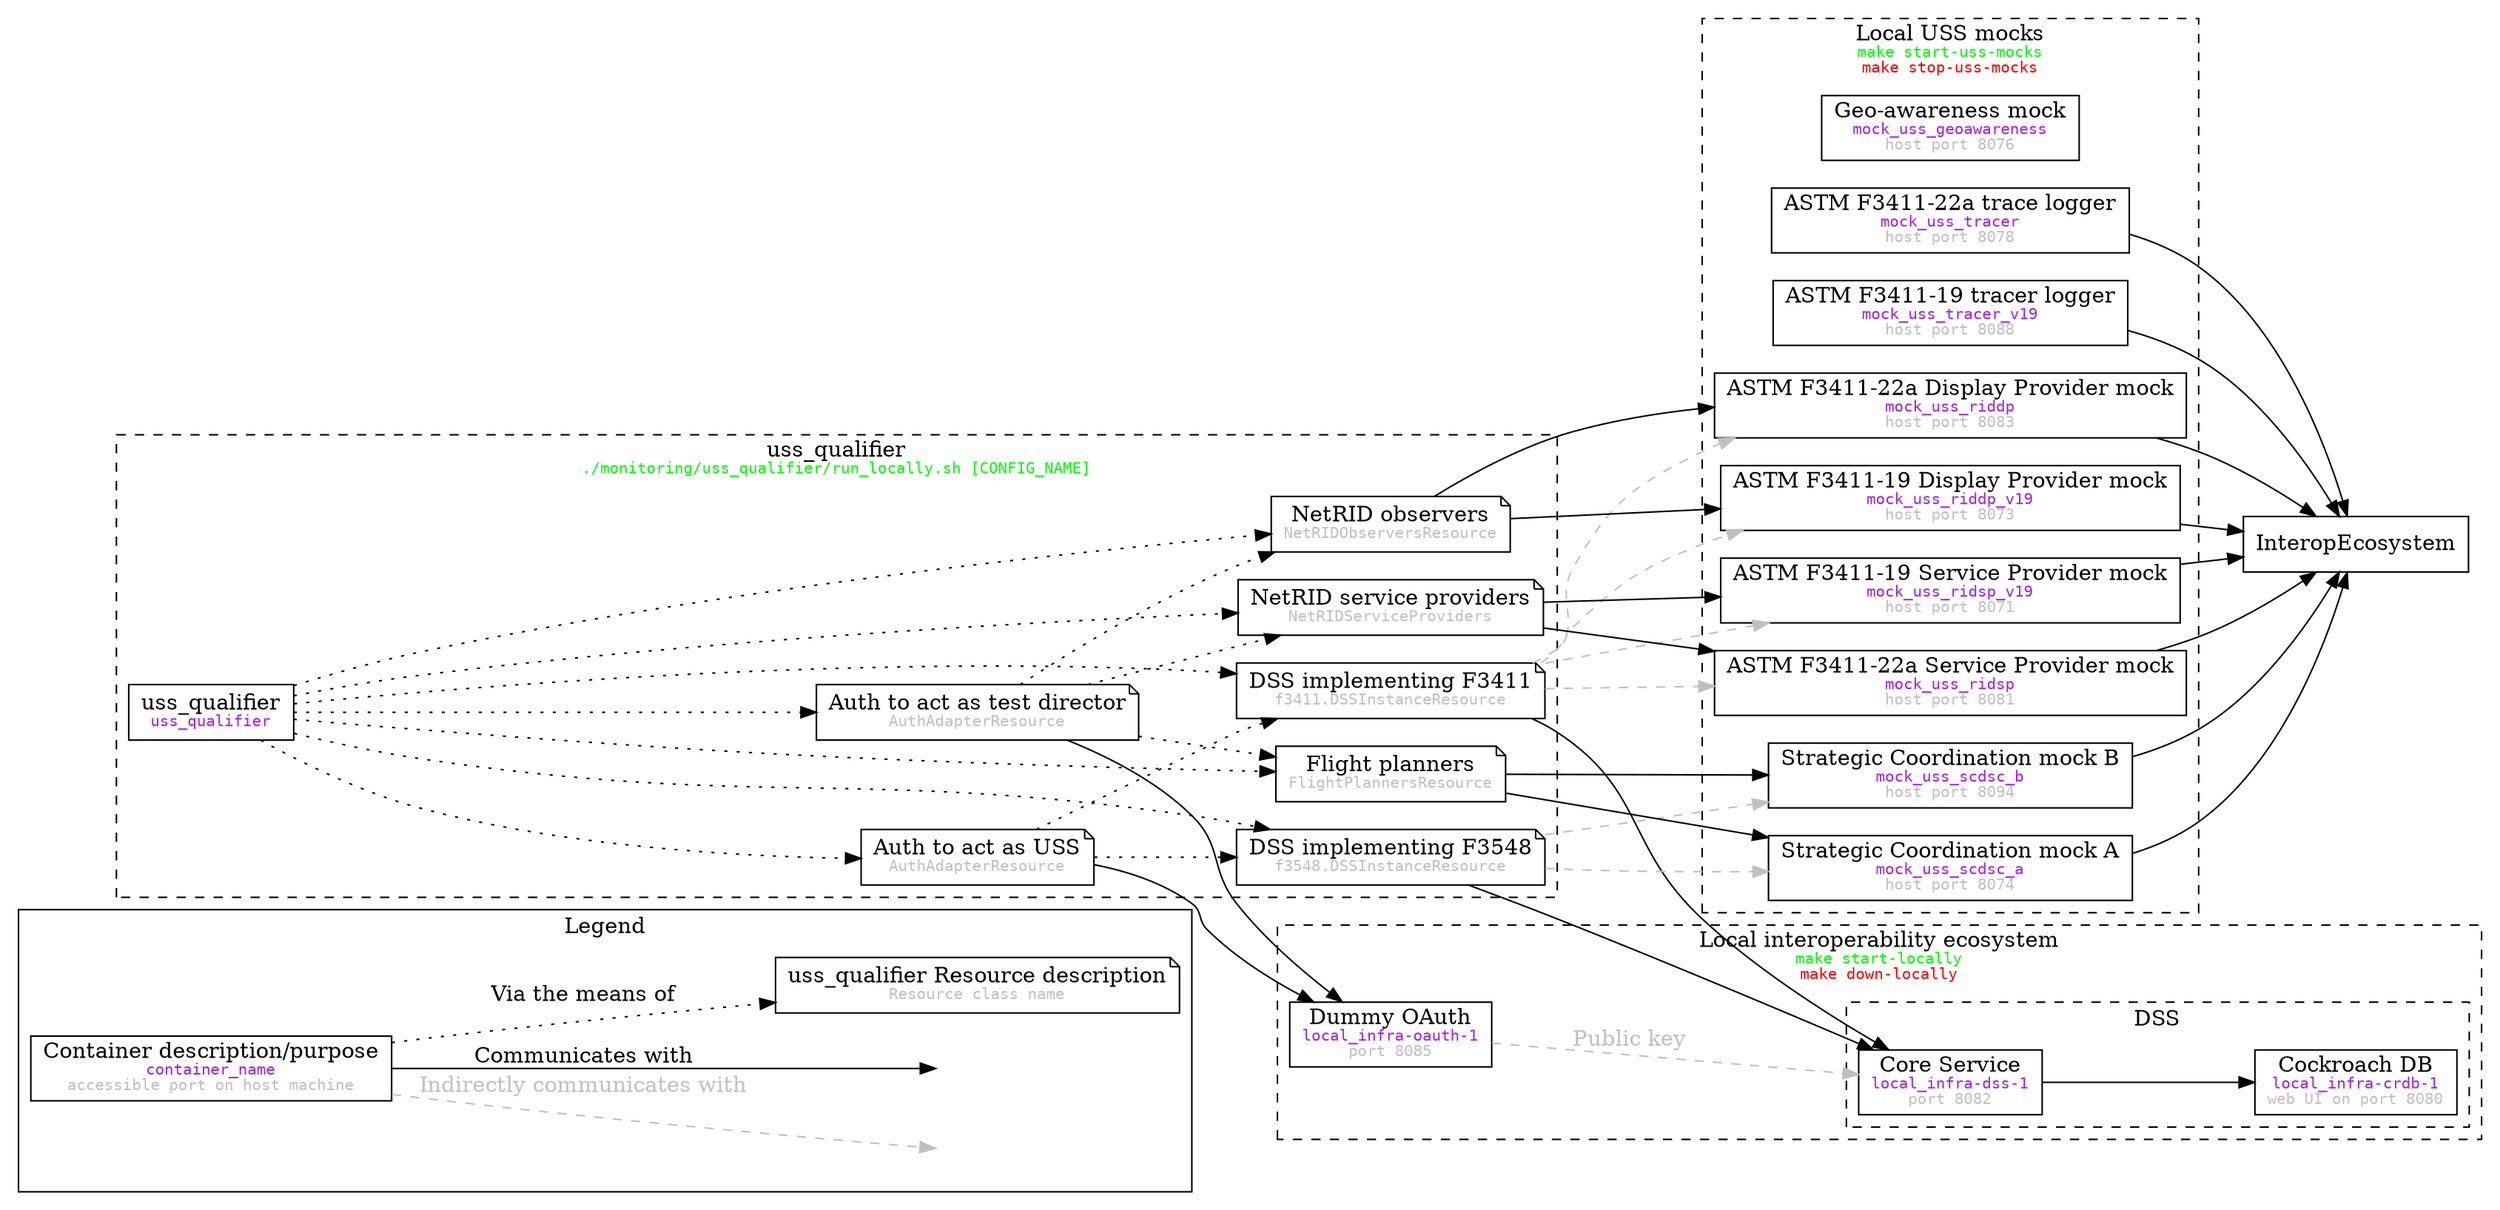
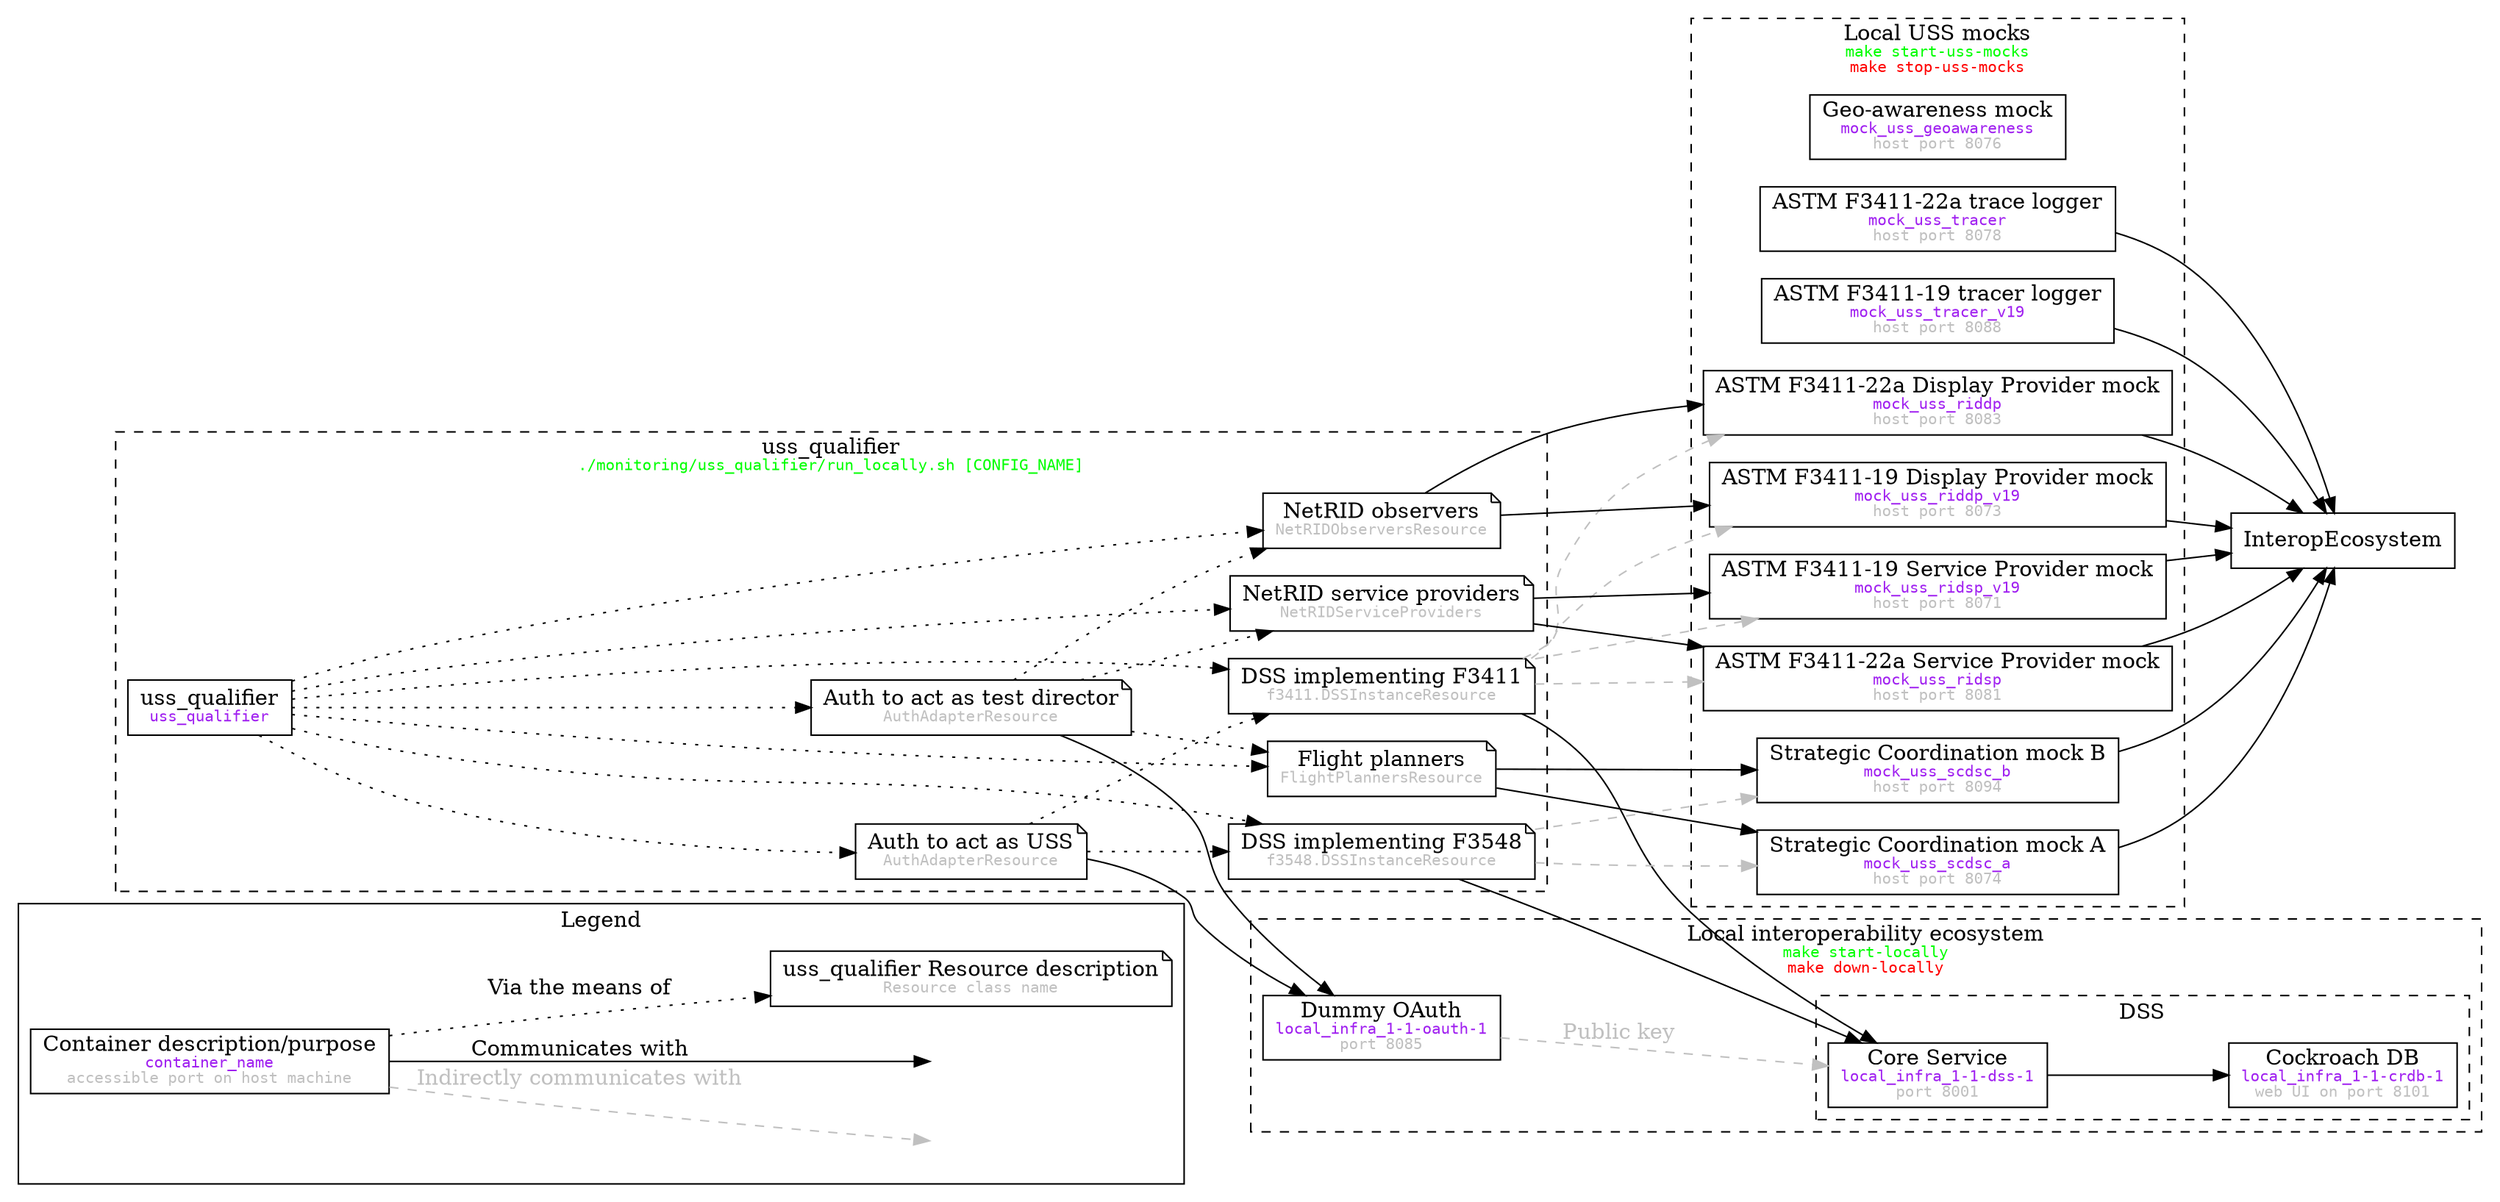
// To render:
//   dot -Tpng -ogenerated/local_uss_qualifier.png local_uss_qualifier.gv
digraph G {
  rankdir="LR"
  node [shape=box]

  subgraph cluster_legend {
    label="Legend"
    Container [label=<Container description/purpose<br/><font color="purple" face="Courier" point-size="10">container_name</font><br/><font face="Courier" color="gray" point-size="10">accessible port on host machine</font>>]
    Resource [shape=note,label=<uss_qualifier Resource description<br/><font color="gray" face="Courier" point-size="10">Resource class name</font>>]
    Hidden1 [style=invis,label=""]
    Hidden2 [style=invis,label=""]

    Container -> Resource [style=dotted,label="Via the means of"]
    Container -> Hidden1 [style=dashed,color=gray,fontcolor=gray,label="Indirectly communicates with"]
    Container -> Hidden2 [label="Communicates with"]
  }

  subgraph cluster_local_infra {
    label=<Local interoperability ecosystem<br/><font color="green" face="Courier" point-size="10">make start-locally</font><br/><font color="red" face="Courier" point-size="10">make down-locally</font>>
    style="dashed"
-     Auth [label=<Dummy OAuth<br/><font color="purple" face="Courier" point-size="10">local_infra-oauth-1</font><br/><font face="Courier" color="gray" point-size="10">port 8085</font>>]
+     Auth [label=<Dummy OAuth<br/><font color="purple" face="Courier" point-size="10">local_infra_1-1-oauth-1</font><br/><font face="Courier" color="gray" point-size="10">port 8085</font>>]
    subgraph cluster_dss {
      label="DSS"
-       CoreService [label=<Core Service<br/><font color="purple" face="Courier" point-size="10">local_infra-dss-1</font><br/><font face="Courier" color="gray" point-size="10">port 8082</font>>]
-       CRDB [label=<Cockroach DB<br/><font color="purple" face="Courier" point-size="10">local_infra-crdb-1</font><br/><font face="Courier" color="gray" point-size="10">web UI on port 8080</font>>]
+       CoreService [label=<Core Service<br/><font color="purple" face="Courier" point-size="10">local_infra_1-1-dss-1</font><br/><font face="Courier" color="gray" point-size="10">port 8001</font>>]
+       CRDB [label=<Cockroach DB<br/><font color="purple" face="Courier" point-size="10">local_infra_1-1-crdb-1</font><br/><font face="Courier" color="gray" point-size="10">web UI on port 8101</font>>]
      CoreService -> CRDB
    }
    Auth -> CoreService [label="Public key",style="dashed",color="gray",fontcolor="gray"]
  }

  subgraph cluster_uss_mocks {
    label=<Local USS mocks<br/><font color="green" face="Courier" point-size="10">make start-uss-mocks</font><br/><font color="red" face="Courier" point-size="10">make stop-uss-mocks</font>>
    style="dashed"

    mock_uss_geoawareness [label=<Geo-awareness mock<br/><font color="purple" face="Courier" point-size="10">mock_uss_geoawareness</font><br/><font face="Courier" color="gray" point-size="10">host port 8076</font>>]

    mock_uss_scdsc_a [label=<Strategic Coordination mock A<br/><font color="purple" face="Courier" point-size="10">mock_uss_scdsc_a</font><br/><font face="Courier" color="gray" point-size="10">host port 8074</font>>]
    mock_uss_scdsc_b [label=<Strategic Coordination mock B<br/><font color="purple" face="Courier" point-size="10">mock_uss_scdsc_b</font><br/><font face="Courier" color="gray" point-size="10">host port 8094</font>>]

    mock_uss_ridsp [label=<ASTM F3411-22a Service Provider mock<br/><font color="purple" face="Courier" point-size="10">mock_uss_ridsp</font><br/><font face="Courier" color="gray" point-size="10">host port 8081</font>>]
    mock_uss_riddp [label=<ASTM F3411-22a Display Provider mock<br/><font color="purple" face="Courier" point-size="10">mock_uss_riddp</font><br/><font face="Courier" color="gray" point-size="10">host port 8083</font>>]

    mock_uss_ridsp_v19 [label=<ASTM F3411-19 Service Provider mock<br/><font color="purple" face="Courier" point-size="10">mock_uss_ridsp_v19</font><br/><font face="Courier" color="gray" point-size="10">host port 8071</font>>]
    mock_uss_riddp_v19 [label=<ASTM F3411-19 Display Provider mock<br/><font color="purple" face="Courier" point-size="10">mock_uss_riddp_v19</font><br/><font face="Courier" color="gray" point-size="10">host port 8073</font>>]

    mock_uss_tracer [label=<ASTM F3411-22a trace logger<br/><font color="purple" face="Courier" point-size="10">mock_uss_tracer</font><br/><font face="Courier" color="gray" point-size="10">host port 8078</font>>]
    mock_uss_tracer_v19 [label=<ASTM F3411-19 tracer logger<br/><font color="purple" face="Courier" point-size="10">mock_uss_tracer_v19</font><br/><font face="Courier" color="gray" point-size="10">host port 8088</font>>]
  }

  subgraph cluster_uss_qualifier {
    label=<uss_qualifier<br/><font color="green" face="Courier" point-size="10">./monitoring/uss_qualifier/run_locally.sh [CONFIG_NAME]</font>>
    style="dashed"

    uss_qualifier [label=<uss_qualifier<br/><font color="purple" face="Courier" point-size="10">uss_qualifier</font>>]

    ResourceUSSAuth [shape=note,label=<Auth to act as USS<br/><font color="gray" face="Courier" point-size="10">AuthAdapterResource</font>>]
    ResourceTestDirectorAuth [shape=note,label=<Auth to act as test director<br/><font color="gray" face="Courier" point-size="10">AuthAdapterResource</font>>]
    ResourceDSSF3411 [shape=note,label=<DSS implementing F3411<br/><font color="gray" face="Courier" point-size="10">f3411.DSSInstanceResource</font>>]
    ResourceDSSF3548 [shape=note,label=<DSS implementing F3548<br/><font color="gray" face="Courier" point-size="10">f3548.DSSInstanceResource</font>>]
    ResourceRIDSPs [shape=note,label=<NetRID service providers<br/><font color="gray" face="Courier" point-size="10">NetRIDServiceProviders</font>>]
    ResourceRIDObservers [shape=note,label=<NetRID observers<br/><font color="gray" face="Courier" point-size="10">NetRIDObserversResource</font>>]
    ResourceFlightPlanners [shape=note,label=<Flight planners<br/><font color="gray" face="Courier" point-size="10">FlightPlannersResource</font>>]

    ResourceUSSAuth -> ResourceDSSF3411 [style=dotted]
    ResourceUSSAuth -> ResourceDSSF3548 [style=dotted]
    ResourceTestDirectorAuth -> ResourceRIDSPs [style=dotted]
    ResourceTestDirectorAuth -> ResourceRIDObservers [style=dotted]
    ResourceTestDirectorAuth -> ResourceFlightPlanners [style=dotted]

    uss_qualifier -> ResourceUSSAuth [style=dotted]
    uss_qualifier -> ResourceTestDirectorAuth [style=dotted]
    uss_qualifier -> ResourceDSSF3548 [style=dotted]
    uss_qualifier -> ResourceDSSF3411 [style=dotted]
    uss_qualifier -> ResourceRIDSPs [style=dotted]
    uss_qualifier -> ResourceRIDObservers [style=dotted]
    uss_qualifier -> ResourceFlightPlanners [style=dotted]
  }

  mock_uss_ridsp -> InteropEcosystem
  mock_uss_riddp -> InteropEcosystem
  mock_uss_ridsp_v19 -> InteropEcosystem
  mock_uss_riddp_v19 -> InteropEcosystem
  mock_uss_scdsc_a -> InteropEcosystem
  mock_uss_scdsc_b -> InteropEcosystem
  mock_uss_tracer -> InteropEcosystem
  mock_uss_tracer_v19 -> InteropEcosystem

  ResourceUSSAuth -> Auth
  ResourceTestDirectorAuth -> Auth
  ResourceDSSF3411 -> CoreService
  ResourceDSSF3411 -> mock_uss_ridsp [style=dashed,color=gray]
  ResourceDSSF3411 -> mock_uss_riddp [style=dashed,color=gray]
  ResourceDSSF3411 -> mock_uss_ridsp_v19 [style=dashed,color=gray]
  ResourceDSSF3411 -> mock_uss_riddp_v19 [style=dashed,color=gray]
  ResourceDSSF3548 -> CoreService
  ResourceDSSF3548 -> mock_uss_scdsc_a [style=dashed,color=gray]
  ResourceDSSF3548 -> mock_uss_scdsc_b [style=dashed,color=gray]
  ResourceRIDSPs -> mock_uss_ridsp
  ResourceRIDSPs -> mock_uss_ridsp_v19
  ResourceRIDObservers -> mock_uss_riddp
  ResourceRIDObservers -> mock_uss_riddp_v19
  ResourceFlightPlanners -> mock_uss_scdsc_a
  ResourceFlightPlanners -> mock_uss_scdsc_b
}
